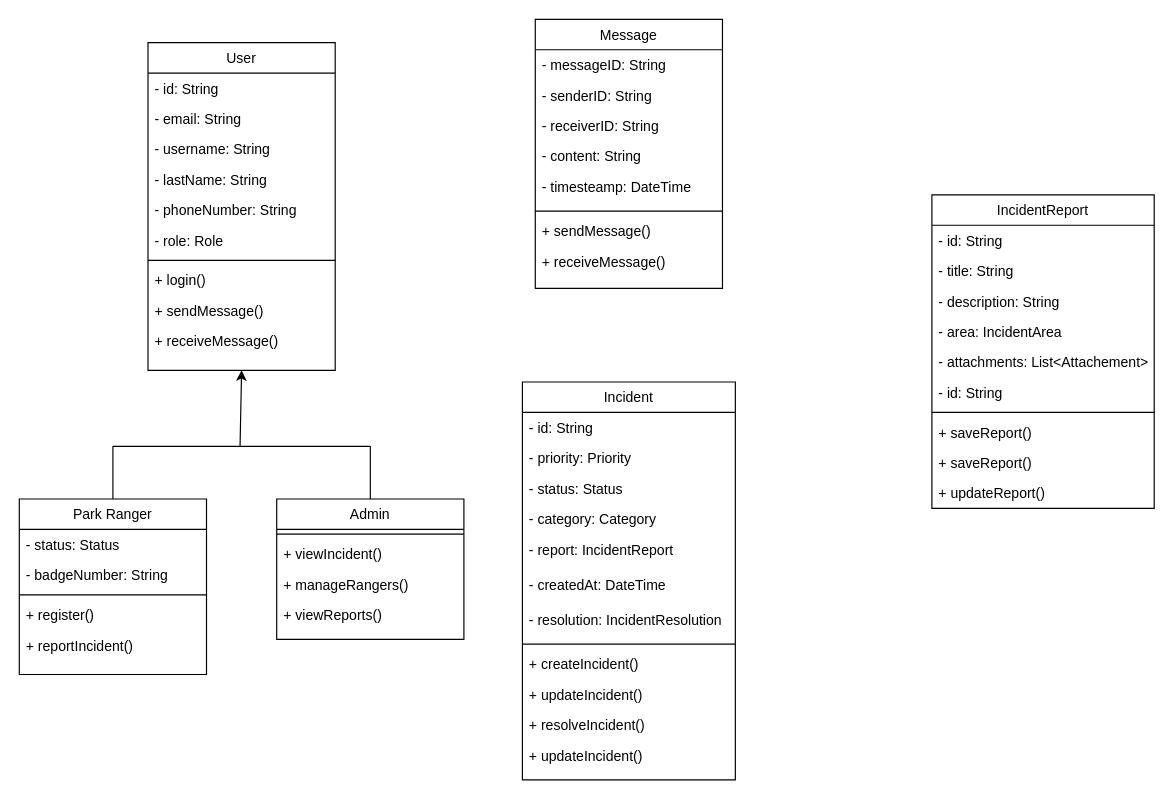
Earlier version of the draw.io diagram KBNP class-diagram.drawio (cedricbahirwe/symbols). Source tidied: cells renumbered, new cells numbered last; positions are measured from the earlier drawing's top-left corner, leaving out a move shared by most shapes. Both pictures are drawn from the tidied source at 117%, with x=0, y=0 at pixel (19, 19).
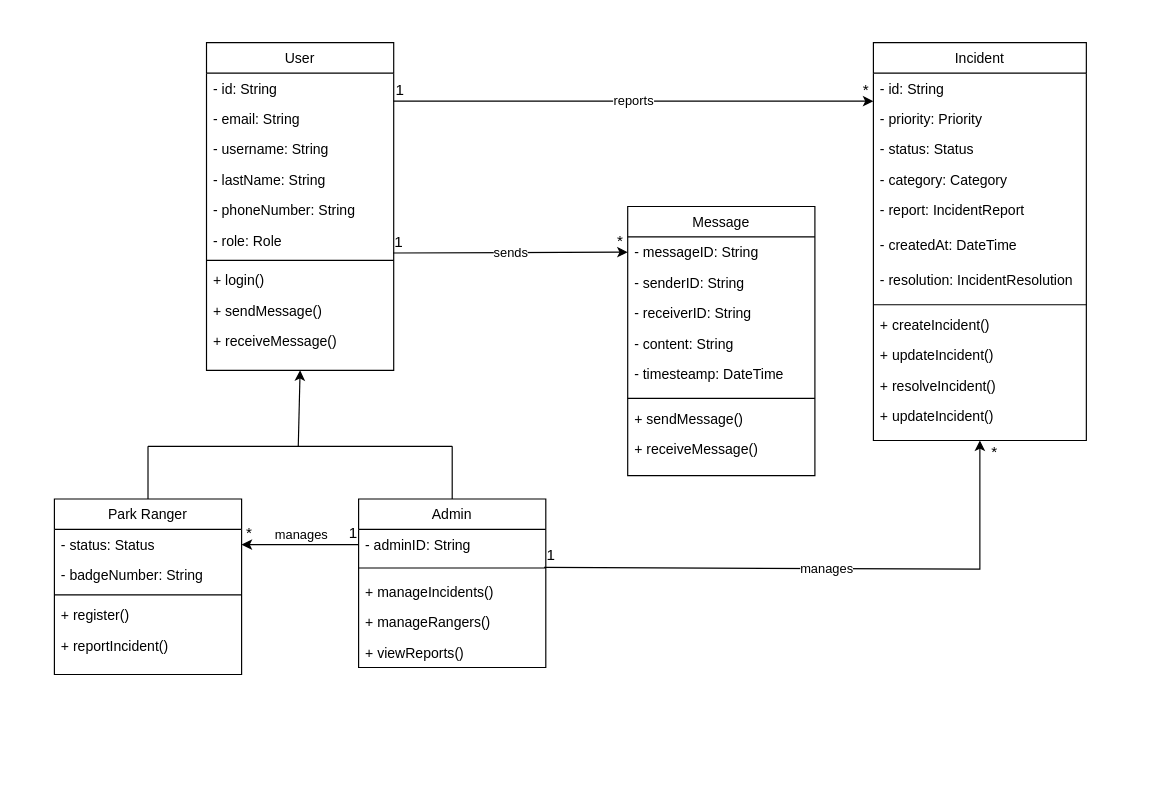
After the change.

The change refers to these unchanged cells:
```xml
<mxCell id="3" value="- id: String" style="text;align=left;verticalAlign=top;spacingLeft=4;spacingRight=4;overflow=hidden;points=[[0,0.5],[1,0.5]];portConstraint=eastwest;" parent="2" vertex="1">
  <mxGeometry y="26" width="160" height="26" as="geometry" />
</mxCell>
<mxCell id="8" value="- role: Role" style="text;align=left;verticalAlign=top;spacingLeft=4;spacingRight=4;overflow=hidden;points=[[0,0.5],[1,0.5]];portConstraint=eastwest;" parent="2" vertex="1">
  <mxGeometry y="156" width="160" height="26" as="geometry" />
</mxCell>
<mxCell id="14" value="- id: String&#10;" style="text;align=left;verticalAlign=top;spacingLeft=4;spacingRight=4;overflow=hidden;points=[[0,0.5],[1,0.5]];portConstraint=eastwest;" parent="13" vertex="1">
  <mxGeometry y="26" width="182" height="26" as="geometry" />
</mxCell>
<mxCell id="38" value="- status: Status" style="text;align=left;verticalAlign=top;spacingLeft=4;spacingRight=4;overflow=hidden;points=[[0,0.5],[1,0.5]];portConstraint=eastwest;" parent="37" vertex="1">
  <mxGeometry y="26" width="160" height="26" as="geometry" />
</mxCell>
<mxCell id="54" value="- messageID: String" style="text;align=left;verticalAlign=top;spacingLeft=4;spacingRight=4;overflow=hidden;points=[[0,0.5],[1,0.5]];portConstraint=eastwest;" parent="53" vertex="1">
  <mxGeometry y="26" width="160" height="26" as="geometry" />
</mxCell>
```

What changed in the source:
```diff
@@
     <mxCell id="2" value="User" style="swimlane;fontStyle=0;align=center;verticalAlign=top;horizontal=1;startSize=26;rounded=0;shadow=0;strokeWidth=1;" parent="1" vertex="1">
-      <mxGeometry x="110" y="20" width="160" height="280" as="geometry" />
+      <mxGeometry x="160" y="20" width="160" height="280" as="geometry" />
     </mxCell>
@@
     <mxCell id="13" value="Incident" style="swimlane;fontStyle=0;align=center;verticalAlign=top;horizontal=1;startSize=26;rounded=0;shadow=0;strokeWidth=1;" parent="1" vertex="1">
-      <mxGeometry x="430" y="310" width="182" height="340" as="geometry" />
+      <mxGeometry x="730" y="20" width="182" height="340" as="geometry" />
     </mxCell>
@@
-    <mxCell id="26" value="IncidentReport&#10;" style="swimlane;fontStyle=0;align=center;verticalAlign=top;horizontal=1;startSize=26;rounded=0;shadow=0;strokeWidth=1;" parent="1" vertex="1">
-      <mxGeometry x="780" y="150" width="190" height="268" as="geometry" />
-    </mxCell>
-    <mxCell id="27" value="- id: String" style="text;align=left;verticalAlign=top;spacingLeft=4;spacingRight=4;overflow=hidden;" parent="26" vertex="1">
-      <mxGeometry y="26" width="190" height="26" as="geometry" />
-    </mxCell>
-    <mxCell id="28" value="- title: String" style="text;align=left;verticalAlign=top;spacingLeft=4;spacingRight=4;overflow=hidden;rounded=0;shadow=0;html=0;" parent="26" vertex="1">
-      <mxGeometry y="52" width="190" height="26" as="geometry" />
-    </mxCell>
-    <mxCell id="29" value="- description: String" style="text;align=left;verticalAlign=top;spacingLeft=4;spacingRight=4;overflow=hidden;" parent="26" vertex="1">
-      <mxGeometry y="78" width="190" height="26" as="geometry" />
-    </mxCell>
-    <mxCell id="30" value="- area: IncidentArea" style="text;align=left;verticalAlign=top;spacingLeft=4;spacingRight=4;overflow=hidden;" parent="26" vertex="1">
-      <mxGeometry y="104" width="190" height="26" as="geometry" />
-    </mxCell>
-    <mxCell id="31" value="- attachments: List&lt;Attachement&gt;" style="text;align=left;verticalAlign=top;spacingLeft=4;spacingRight=4;overflow=hidden;" parent="26" vertex="1">
-      <mxGeometry y="130" width="190" height="26" as="geometry" />
-    </mxCell>
-    <mxCell id="32" value="- id: String" style="text;align=left;verticalAlign=top;spacingLeft=4;spacingRight=4;overflow=hidden;" parent="26" vertex="1">
-      <mxGeometry y="156" width="190" height="26" as="geometry" />
-    </mxCell>
-    <mxCell id="33" style="line;html=1;strokeWidth=1;align=left;verticalAlign=middle;spacingTop=-1;spacingLeft=3;spacingRight=3;labelPosition=right;" parent="26" vertex="1">
-      <mxGeometry y="182" width="190" height="8" as="geometry" />
-    </mxCell>
-    <mxCell id="34" value="+ saveReport()" style="text;align=left;verticalAlign=top;spacingLeft=4;spacingRight=4;overflow=hidden;" parent="26" vertex="1">
-      <mxGeometry y="190" width="190" height="26" as="geometry" />
-    </mxCell>
-    <mxCell id="35" value="+ saveReport()" style="text;align=left;verticalAlign=top;spacingLeft=4;spacingRight=4;overflow=hidden;" parent="26" vertex="1">
-      <mxGeometry y="216" width="190" height="26" as="geometry" />
-    </mxCell>
-    <mxCell id="36" value="+ updateReport()" style="text;align=left;verticalAlign=top;spacingLeft=4;spacingRight=4;overflow=hidden;" parent="26" vertex="1">
-      <mxGeometry y="242" width="190" height="26" as="geometry" />
-    </mxCell>
     <mxCell id="37" value="Park Ranger" style="swimlane;fontStyle=0;align=center;verticalAlign=top;horizontal=1;startSize=26;rounded=0;shadow=0;strokeWidth=1;" parent="1" vertex="1">
-      <mxGeometry y="410" width="160" height="150" as="geometry" />
+      <mxGeometry x="30" y="410" width="160" height="150" as="geometry" />
     </mxCell>
@@
     <mxCell id="43" value="Admin" style="swimlane;fontStyle=0;align=center;verticalAlign=top;horizontal=1;startSize=26;rounded=0;shadow=0;strokeWidth=1;" parent="1" vertex="1">
-      <mxGeometry x="220" y="410" width="160" height="120" as="geometry" />
+      <mxGeometry x="290" y="410" width="160" height="144" as="geometry" />
     </mxCell>
+    <mxCell id="45" value="- adminID: String" style="text;align=left;verticalAlign=top;spacingLeft=4;spacingRight=4;overflow=hidden;points=[[0,0.5],[1,0.5]];portConstraint=eastwest;" parent="43" vertex="1">
+      <mxGeometry y="26" width="160" height="26" as="geometry" />
+    </mxCell>
     <mxCell id="44" style="line;html=1;strokeWidth=1;align=left;verticalAlign=middle;spacingTop=-1;spacingLeft=3;spacingRight=3;labelPosition=right;points=[];portConstraint=eastwest;" parent="43" vertex="1">
-      <mxGeometry y="26" width="160" height="8" as="geometry" />
+      <mxGeometry y="52" width="160" height="14" as="geometry" />
     </mxCell>
-    <mxCell id="45" value="+ viewIncident()" style="text;align=left;verticalAlign=top;spacingLeft=4;spacingRight=4;overflow=hidden;points=[[0,0.5],[1,0.5]];portConstraint=eastwest;" parent="43" vertex="1">
-      <mxGeometry y="34" width="160" height="26" as="geometry" />
-    </mxCell>
+    <mxCell id="62" value="+ manageIncidents()" style="text;align=left;verticalAlign=top;spacingLeft=4;spacingRight=4;overflow=hidden;" parent="43" vertex="1">
+      <mxGeometry y="66" width="160" height="26" as="geometry" />
+    </mxCell>
     <mxCell id="46" value="+ manageRangers()" style="text;align=left;verticalAlign=top;spacingLeft=4;spacingRight=4;overflow=hidden;" parent="43" vertex="1">
-      <mxGeometry y="60" width="160" height="26" as="geometry" />
+      <mxGeometry y="92" width="160" height="26" as="geometry" />
     </mxCell>
     <mxCell id="47" value="+ viewReports()" style="text;align=left;verticalAlign=top;spacingLeft=4;spacingRight=4;overflow=hidden;" parent="43" vertex="1">
-      <mxGeometry y="86" width="160" height="26" as="geometry" />
+      <mxGeometry y="118" width="160" height="26" as="geometry" />
     </mxCell>
@@
     <mxCell id="52" style="line;strokeWidth=1;html=1;" parent="1" vertex="1">
-      <mxGeometry x="80" y="360" width="220" height="10" as="geometry" />
+      <mxGeometry x="110" y="360" width="260" height="10" as="geometry" />
     </mxCell>
     <mxCell id="53" value="Message" style="swimlane;fontStyle=0;align=center;verticalAlign=top;horizontal=1;startSize=26;rounded=0;shadow=0;strokeWidth=1;" parent="1" vertex="1">
-      <mxGeometry x="441" width="160" height="230" as="geometry" />
+      <mxGeometry x="520" y="160" width="160" height="230" as="geometry" />
     </mxCell>
@@
+    <mxCell id="63" style="endArrow=classic;html=1;rounded=0;exitX=0.996;exitY=0.912;exitDx=0;exitDy=0;entryX=0;entryY=0.5;entryDx=0;entryDy=0;exitPerimeter=0;" parent="1" edge="1" source="8" target="54">
+      <mxGeometry relative="1" as="geometry" />
+    </mxCell>
+    <mxCell id="64" value="sends" style="edgeLabel;html=1;align=center;verticalAlign=middle;" parent="63" vertex="1">
+      <mxGeometry relative="1" as="geometry" />
+    </mxCell>
+    <mxCell id="65" value="1" style="edgeLabel;html=1;align=left;verticalAlign=bottom;fontSize=13;labelBackgroundColor=none;" parent="63" vertex="1">
+      <mxGeometry x="-1" relative="1" as="geometry" />
+    </mxCell>
+    <mxCell id="66" value="*&amp;nbsp;" style="edgeLabel;html=1;align=right;verticalAlign=bottom;fontSize=13;labelBackgroundColor=none;" parent="63" vertex="1">
+      <mxGeometry x="1" relative="1" as="geometry" />
+    </mxCell>
+    <mxCell id="67" style="endArrow=classic;html=1;rounded=0;exitX=0.999;exitY=0.923;exitDx=0;exitDy=0;entryX=0;entryY=0.923;entryDx=0;entryDy=0;entryPerimeter=0;exitPerimeter=0;" parent="1" edge="1" source="3" target="14">
+      <mxGeometry relative="1" as="geometry">
+        <Array as="points">
+          <mxPoint x="340" y="70" />
+          <mxPoint x="390" y="70" />
+        </Array>
+      </mxGeometry>
+    </mxCell>
+    <mxCell id="68" value="reports" style="edgeLabel;html=1;align=center;verticalAlign=middle;" parent="67" vertex="1">
+      <mxGeometry relative="1" as="geometry" />
+    </mxCell>
+    <mxCell id="69" value="1" style="edgeLabel;html=1;align=left;verticalAlign=bottom;fontSize=13;labelBackgroundColor=none;" parent="67" vertex="1">
+      <mxGeometry x="-1" relative="1" as="geometry" />
+    </mxCell>
+    <mxCell id="70" value="*&amp;nbsp;" style="edgeLabel;html=1;align=right;verticalAlign=bottom;fontSize=13;labelBackgroundColor=none;" parent="67" vertex="1">
+      <mxGeometry x="1" relative="1" as="geometry" />
+    </mxCell>
+    <mxCell id="71" style="endArrow=classic;html=1;rounded=0;exitX=0.991;exitY=0.464;exitDx=0;exitDy=0;exitPerimeter=0;entryX=0.5;entryY=1;entryDx=0;entryDy=0;" parent="1" edge="1" source="44" target="13">
+      <mxGeometry relative="1" as="geometry">
+        <Array as="points">
+          <mxPoint x="821" y="470" />
+        </Array>
+      </mxGeometry>
+    </mxCell>
+    <mxCell id="72" value="manages" style="edgeLabel;html=1;align=center;verticalAlign=middle;" parent="71" vertex="1">
+      <mxGeometry relative="1" as="geometry" />
+    </mxCell>
+    <mxCell id="73" value="1" style="edgeLabel;html=1;align=left;verticalAlign=bottom;fontSize=13;labelBackgroundColor=none;" parent="71" vertex="1">
+      <mxGeometry x="-1" relative="1" as="geometry" />
+    </mxCell>
+    <mxCell id="74" value="*&amp;nbsp;" style="edgeLabel;html=1;align=right;verticalAlign=bottom;fontSize=13;labelBackgroundColor=none;spacingLeft=-2;" parent="71" vertex="1">
+      <mxGeometry x="1" relative="1" as="geometry">
+        <mxPoint x="19" y="20" as="offset" />
+      </mxGeometry>
+    </mxCell>
+    <mxCell id="75" style="endArrow=classic;html=1;rounded=0;entryX=1;entryY=0.5;entryDx=0;entryDy=0;exitX=0;exitY=0.5;exitDx=0;exitDy=0;" parent="1" edge="1" source="45" target="38">
+      <mxGeometry relative="1" as="geometry" />
+    </mxCell>
+    <mxCell id="76" value="manages" style="edgeLabel;html=1;align=center;verticalAlign=bottom;" parent="75" vertex="1">
+      <mxGeometry relative="1" as="geometry" />
+    </mxCell>
+    <mxCell id="77" value="1" style="edgeLabel;html=1;align=left;verticalAlign=bottom;fontSize=13;" parent="75" vertex="1">
+      <mxGeometry x="-1" relative="1" as="geometry">
+        <mxPoint x="-10" as="offset" />
+      </mxGeometry>
+    </mxCell>
+    <mxCell id="78" value="*&amp;nbsp;" style="edgeLabel;html=1;align=right;verticalAlign=bottom;fontSize=13;labelBackgroundColor=none;" parent="75" vertex="1">
+      <mxGeometry x="1" relative="1" as="geometry">
+        <mxPoint x="13" as="offset" />
+      </mxGeometry>
+    </mxCell>
```
